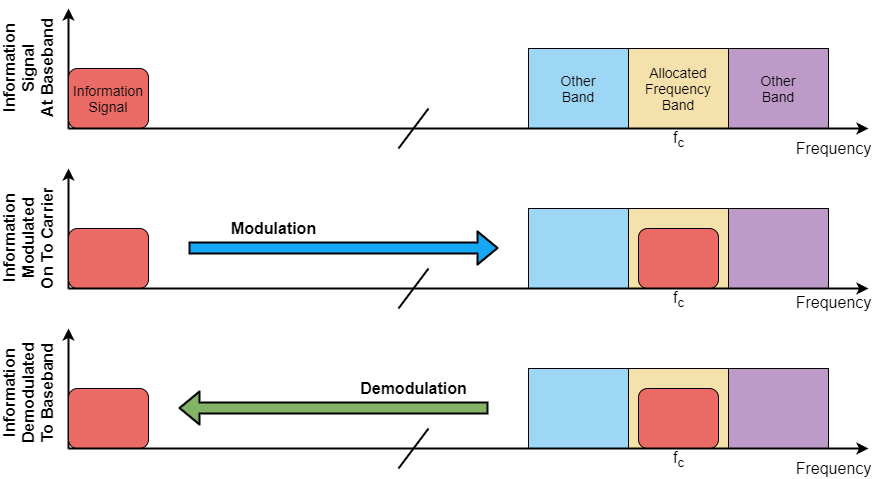
strath-sdr/dsp_notebooks keeps this draw.io diagram as notebooks/modulation_demodulation/images/Mod_demod.png. Above is the earlier version. Source tidied: cells renumbered, new cells last; positions are measured from the earlier drawing's top-left corner, leaving out a move shared by most shapes.
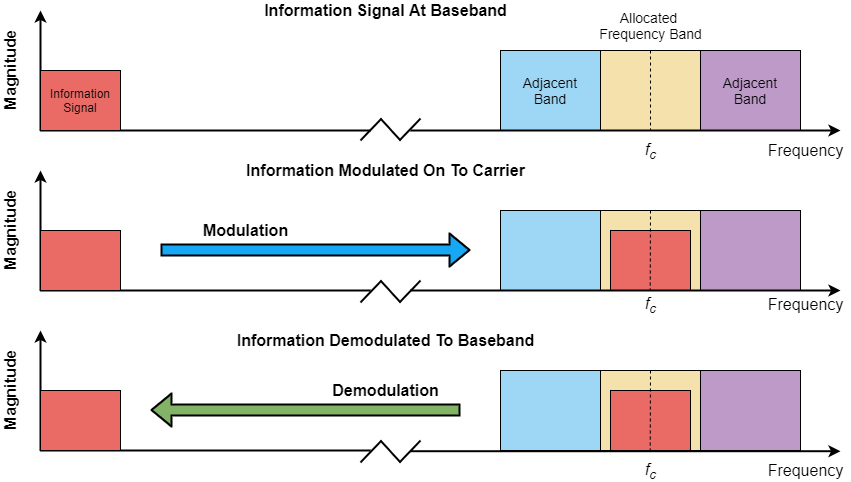
After the commit.

Change to the diagram source:
```diff
@@ -2,68 +2,56 @@
   <root>
     <mxCell id="0" />
     <mxCell id="1" parent="0" />
+    <mxCell id="23" style="rounded=0;whiteSpace=wrap;html=1;fillColor=#F5E1AB;" parent="1" vertex="1">
+      <mxGeometry x="660" y="360" width="100" height="80" as="geometry" />
+    </mxCell>
+    <mxCell id="38" style="rounded=0;whiteSpace=wrap;html=1;fillColor=#EA6B66;" parent="1" vertex="1">
+      <mxGeometry x="670" y="380" width="80" height="60" as="geometry" />
+    </mxCell>
+    <mxCell id="6" style="rounded=0;whiteSpace=wrap;html=1;fillColor=#F5E1AB;" parent="1" vertex="1">
+      <mxGeometry x="660" y="200" width="100" height="80" as="geometry" />
+    </mxCell>
+    <mxCell id="39" style="rounded=0;whiteSpace=wrap;html=1;fillColor=#EA6B66;" parent="1" vertex="1">
+      <mxGeometry x="670" y="220" width="80" height="60" as="geometry" />
+    </mxCell>
+    <mxCell id="14" style="rounded=0;whiteSpace=wrap;html=1;fillColor=#F5E1AB;" parent="1" vertex="1">
+      <mxGeometry x="660" y="40" width="100" height="80" as="geometry" />
+    </mxCell>
+    <mxCell id="40" style="endArrow=none;dashed=1;html=1;" parent="1" edge="1">
+      <mxGeometry relative="1" as="geometry">
+        <mxPoint x="710" y="40" as="sourcePoint" />
+        <mxPoint x="710" y="120" as="targetPoint" />
+      </mxGeometry>
+    </mxCell>
     <mxCell id="2" style="endArrow=classic;html=1;strokeWidth=2;" parent="1" edge="1">
       <mxGeometry relative="1" as="geometry">
         <mxPoint x="100" y="280" as="sourcePoint" />
         <mxPoint x="100" y="160" as="targetPoint" />
       </mxGeometry>
     </mxCell>
-    <mxCell id="3" style="endArrow=none;html=1;strokeWidth=2;" parent="1" edge="1">
-      <mxGeometry relative="1" as="geometry">
-        <mxPoint x="430" y="300" as="sourcePoint" />
-        <mxPoint x="460" y="260" as="targetPoint" />
-      </mxGeometry>
-    </mxCell>
-    <mxCell id="4" style="rounded=1;whiteSpace=wrap;html=1;fillColor=#EA6B66;" parent="1" vertex="1">
-      <mxGeometry x="100" y="220" width="80" height="60" as="geometry" />
-    </mxCell>
     <mxCell id="5" style="rounded=0;whiteSpace=wrap;html=1;fillColor=#9ED6F5;" parent="1" vertex="1">
       <mxGeometry x="560" y="200" width="100" height="80" as="geometry" />
     </mxCell>
-    <mxCell id="6" style="rounded=0;whiteSpace=wrap;html=1;fillColor=#F5E1AB;" parent="1" vertex="1">
-      <mxGeometry x="660" y="200" width="100" height="80" as="geometry" />
-    </mxCell>
     <mxCell id="7" style="rounded=0;whiteSpace=wrap;html=1;fillColor=#BE9AC9;" parent="1" vertex="1">
       <mxGeometry x="760" y="200" width="100" height="80" as="geometry" />
     </mxCell>
-    <mxCell id="8" value="&lt;font style=&quot;font-size: 16px&quot;&gt;f&lt;sub&gt;c&lt;/sub&gt;&lt;/font&gt;" style="text;html=1;align=center;verticalAlign=middle;" parent="1" vertex="1">
-      <mxGeometry x="695" y="280" width="30" height="20" as="geometry" />
+    <mxCell id="8" value="&lt;font style=&quot;font-size: 16px&quot;&gt;&lt;i&gt;f&lt;sub&gt;c&lt;/sub&gt;&lt;/i&gt;&lt;/font&gt;" style="text;html=1;align=center;verticalAlign=middle;" parent="1" vertex="1">
+      <mxGeometry x="695" y="450" width="30" height="20" as="geometry" />
     </mxCell>
-    <mxCell id="9" style="rounded=1;whiteSpace=wrap;html=1;fillColor=#EA6B66;" parent="1" vertex="1">
-      <mxGeometry x="670" y="220" width="80" height="60" as="geometry" />
-    </mxCell>
     <mxCell id="10" style="endArrow=classic;html=1;strokeWidth=2;" parent="1" edge="1">
       <mxGeometry relative="1" as="geometry">
         <mxPoint x="100" y="120" as="sourcePoint" />
         <mxPoint x="100" as="targetPoint" />
       </mxGeometry>
     </mxCell>
-    <mxCell id="11" style="endArrow=none;html=1;strokeWidth=2;" parent="1" edge="1">
-      <mxGeometry relative="1" as="geometry">
-        <mxPoint x="430" y="140" as="sourcePoint" />
-        <mxPoint x="460" y="100" as="targetPoint" />
-      </mxGeometry>
-    </mxCell>
-    <mxCell id="12" value="&lt;font style=&quot;font-size: 14px&quot;&gt;Information&lt;br&gt;Signal&lt;/font&gt;" style="rounded=1;whiteSpace=wrap;html=1;fillColor=#EA6B66;" parent="1" vertex="1">
-      <mxGeometry x="100" y="60" width="80" height="60" as="geometry" />
-    </mxCell>
-    <mxCell id="13" value="&lt;font style=&quot;font-size: 14px&quot;&gt;Other&lt;br&gt;Band&lt;/font&gt;" style="rounded=0;whiteSpace=wrap;html=1;fillColor=#9ED6F5;" parent="1" vertex="1">
+    <mxCell id="13" value="&lt;font style=&quot;font-size: 14px&quot;&gt;Adjacent&lt;br&gt;Band&lt;/font&gt;" style="rounded=0;whiteSpace=wrap;html=1;fillColor=#9ED6F5;" parent="1" vertex="1">
       <mxGeometry x="560" y="40" width="100" height="80" as="geometry" />
     </mxCell>
-    <mxCell id="14" value="&lt;font style=&quot;font-size: 14px&quot;&gt;Allocated&lt;br&gt;Frequency Band&lt;/font&gt;" style="rounded=0;whiteSpace=wrap;html=1;fillColor=#F5E1AB;" parent="1" vertex="1">
-      <mxGeometry x="660" y="40" width="100" height="80" as="geometry" />
-    </mxCell>
-    <mxCell id="15" value="&lt;font style=&quot;font-size: 14px&quot;&gt;Other&lt;br&gt;Band&lt;/font&gt;" style="rounded=0;whiteSpace=wrap;html=1;fillColor=#BE9AC9;" parent="1" vertex="1">
+    <mxCell id="15" value="&lt;font style=&quot;font-size: 14px&quot;&gt;Adjacent&lt;br&gt;Band&lt;/font&gt;" style="rounded=0;whiteSpace=wrap;html=1;fillColor=#BE9AC9;" parent="1" vertex="1">
       <mxGeometry x="760" y="40" width="100" height="80" as="geometry" />
     </mxCell>
-    <mxCell id="16" style="endArrow=classic;html=1;strokeWidth=2;" parent="1" edge="1">
-      <mxGeometry relative="1" as="geometry">
-        <mxPoint x="100" y="120" as="sourcePoint" />
-        <mxPoint x="900" y="120" as="targetPoint" />
-      </mxGeometry>
-    </mxCell>
-    <mxCell id="17" value="&lt;font style=&quot;font-size: 16px&quot;&gt;f&lt;sub&gt;c&lt;/sub&gt;&lt;/font&gt;" style="text;html=1;align=center;verticalAlign=middle;" parent="1" vertex="1">
-      <mxGeometry x="695" y="120" width="30" height="20" as="geometry" />
+    <mxCell id="17" value="&lt;font style=&quot;font-size: 16px&quot;&gt;&lt;i&gt;f&lt;sub&gt;c&lt;/sub&gt;&lt;/i&gt;&lt;/font&gt;" style="text;html=1;align=center;verticalAlign=middle;" parent="1" vertex="1">
+      <mxGeometry x="695" y="130" width="30" height="20" as="geometry" />
     </mxCell>
     <mxCell id="18" value="&lt;font style=&quot;font-size: 16px&quot;&gt;Frequency&lt;/font&gt;" style="text;html=1;align=center;verticalAlign=middle;" parent="1" vertex="1">
       <mxGeometry x="820" y="130" width="90" height="20" as="geometry" />
@@ -74,36 +62,15 @@
         <mxPoint x="100" y="320" as="targetPoint" />
       </mxGeometry>
     </mxCell>
-    <mxCell id="20" style="endArrow=none;html=1;strokeWidth=2;" parent="1" edge="1">
-      <mxGeometry relative="1" as="geometry">
-        <mxPoint x="430" y="460" as="sourcePoint" />
-        <mxPoint x="460" y="420" as="targetPoint" />
-      </mxGeometry>
-    </mxCell>
-    <mxCell id="21" style="rounded=1;whiteSpace=wrap;html=1;fillColor=#EA6B66;" parent="1" vertex="1">
-      <mxGeometry x="100" y="380" width="80" height="60" as="geometry" />
-    </mxCell>
     <mxCell id="22" style="rounded=0;whiteSpace=wrap;html=1;fillColor=#9ED6F5;" parent="1" vertex="1">
       <mxGeometry x="560" y="360" width="100" height="80" as="geometry" />
     </mxCell>
-    <mxCell id="23" style="rounded=0;whiteSpace=wrap;html=1;fillColor=#F5E1AB;" parent="1" vertex="1">
-      <mxGeometry x="660" y="360" width="100" height="80" as="geometry" />
-    </mxCell>
     <mxCell id="24" style="rounded=0;whiteSpace=wrap;html=1;fillColor=#BE9AC9;" parent="1" vertex="1">
       <mxGeometry x="760" y="360" width="100" height="80" as="geometry" />
     </mxCell>
-    <mxCell id="25" value="&lt;font style=&quot;font-size: 16px&quot;&gt;f&lt;sub&gt;c&lt;/sub&gt;&lt;/font&gt;" style="text;html=1;align=center;verticalAlign=middle;" parent="1" vertex="1">
-      <mxGeometry x="695" y="440" width="30" height="20" as="geometry" />
-    </mxCell>
     <mxCell id="26" value="&lt;font style=&quot;font-size: 16px&quot;&gt;Frequency&lt;/font&gt;" style="text;html=1;align=center;verticalAlign=middle;" parent="1" vertex="1">
       <mxGeometry x="820" y="450" width="90" height="20" as="geometry" />
     </mxCell>
-    <mxCell id="27" style="endArrow=classic;html=1;strokeWidth=2;" parent="1" edge="1">
-      <mxGeometry relative="1" as="geometry">
-        <mxPoint x="100" y="280" as="sourcePoint" />
-        <mxPoint x="900" y="280" as="targetPoint" />
-      </mxGeometry>
-    </mxCell>
     <mxCell id="28" style="shape=flexArrow;endArrow=classic;html=1;strokeWidth=2;fillColor=#16A7F5;" parent="1" edge="1">
       <mxGeometry relative="1" as="geometry">
         <mxPoint x="220" y="239.5" as="sourcePoint" />
@@ -116,14 +83,14 @@
         <mxPoint x="210" y="399.5" as="targetPoint" />
       </mxGeometry>
     </mxCell>
-    <mxCell id="30" value="&lt;font style=&quot;font-size: 16px&quot;&gt;&lt;b&gt;Information&lt;br&gt;Signal&lt;br&gt;At Baseband&lt;/b&gt;&lt;/font&gt;" style="text;html=1;align=center;verticalAlign=middle;rotation=-90;" parent="1" vertex="1">
-      <mxGeometry x="5" y="35" width="110" height="50" as="geometry" />
+    <mxCell id="30" value="&lt;font style=&quot;font-size: 16px&quot;&gt;&lt;b&gt;Information Signal At Baseband&lt;/b&gt;&lt;/font&gt;" style="text;html=1;align=center;verticalAlign=middle;rotation=0;" parent="1" vertex="1">
+      <mxGeometry x="315" y="-10" width="260" height="20" as="geometry" />
     </mxCell>
-    <mxCell id="31" value="&lt;span style=&quot;font-size: 16px&quot;&gt;&lt;b&gt;Information&lt;br&gt;Modulated&lt;br&gt;On To Carrier&lt;/b&gt;&lt;/span&gt;" style="text;html=1;align=center;verticalAlign=middle;rotation=-90;" parent="1" vertex="1">
-      <mxGeometry y="205" width="120" height="50" as="geometry" />
+    <mxCell id="31" value="&lt;span style=&quot;font-size: 16px&quot;&gt;&lt;b&gt;Information Modulated On To Carrier&lt;/b&gt;&lt;/span&gt;" style="text;html=1;align=center;verticalAlign=middle;rotation=0;" parent="1" vertex="1">
+      <mxGeometry x="300" y="150" width="290" height="20" as="geometry" />
     </mxCell>
-    <mxCell id="32" value="&lt;font style=&quot;font-size: 16px&quot;&gt;&lt;b&gt;Information&lt;br&gt;Demodulated&lt;br&gt;To Baseband&lt;br&gt;&lt;/b&gt;&lt;/font&gt;" style="text;html=1;align=center;verticalAlign=middle;rotation=-90;" parent="1" vertex="1">
-      <mxGeometry y="360" width="120" height="50" as="geometry" />
+    <mxCell id="32" value="&lt;font style=&quot;font-size: 16px&quot;&gt;&lt;b&gt;Information Demodulated To Baseband&lt;br&gt;&lt;/b&gt;&lt;/font&gt;" style="text;html=1;align=center;verticalAlign=middle;rotation=0;" parent="1" vertex="1">
+      <mxGeometry x="290" y="320" width="310" height="20" as="geometry" />
     </mxCell>
     <mxCell id="33" value="&lt;font style=&quot;font-size: 16px&quot;&gt;&lt;b&gt;Modulation&lt;/b&gt;&lt;/font&gt;" style="text;html=1;align=center;verticalAlign=middle;" parent="1" vertex="1">
       <mxGeometry x="255" y="210" width="100" height="20" as="geometry" />
@@ -131,17 +98,143 @@
     <mxCell id="34" value="&lt;font style=&quot;font-size: 16px&quot;&gt;&lt;b&gt;Demodulation&lt;/b&gt;&lt;/font&gt;" style="text;html=1;align=center;verticalAlign=middle;" parent="1" vertex="1">
       <mxGeometry x="385" y="370" width="120" height="20" as="geometry" />
     </mxCell>
-    <mxCell id="35" style="rounded=1;whiteSpace=wrap;html=1;fillColor=#EA6B66;" parent="1" vertex="1">
-      <mxGeometry x="670" y="380" width="80" height="60" as="geometry" />
-    </mxCell>
-    <mxCell id="36" style="endArrow=classic;html=1;strokeWidth=2;" parent="1" edge="1">
-      <mxGeometry relative="1" as="geometry">
-        <mxPoint x="100" y="440" as="sourcePoint" />
-        <mxPoint x="900" y="440" as="targetPoint" />
-      </mxGeometry>
-    </mxCell>
     <mxCell id="37" value="&lt;font style=&quot;font-size: 16px&quot;&gt;Frequency&lt;/font&gt;" style="text;html=1;align=center;verticalAlign=middle;" parent="1" vertex="1">
       <mxGeometry x="820" y="284" width="90" height="20" as="geometry" />
     </mxCell>
+    <mxCell id="41" value="&lt;font style=&quot;font-size: 16px&quot;&gt;&lt;b&gt;Magnitude&lt;/b&gt;&lt;/font&gt;" style="text;html=1;align=center;verticalAlign=middle;rotation=-90;" parent="1" vertex="1">
+      <mxGeometry x="20" y="50" width="100" height="20" as="geometry" />
+    </mxCell>
+    <mxCell id="42" value="&lt;font style=&quot;font-size: 16px&quot;&gt;&lt;b&gt;Magnitude&lt;/b&gt;&lt;/font&gt;" style="text;html=1;align=center;verticalAlign=middle;rotation=-90;" parent="1" vertex="1">
+      <mxGeometry x="20" y="210" width="100" height="20" as="geometry" />
+    </mxCell>
+    <mxCell id="43" value="&lt;font style=&quot;font-size: 16px&quot;&gt;&lt;b&gt;Magnitude&lt;/b&gt;&lt;/font&gt;" style="text;html=1;align=center;verticalAlign=middle;rotation=-90;" parent="1" vertex="1">
+      <mxGeometry x="20" y="370" width="100" height="20" as="geometry" />
+    </mxCell>
+    <mxCell id="25" value="&lt;font style=&quot;font-size: 16px&quot;&gt;&lt;i&gt;f&lt;sub&gt;c&lt;/sub&gt;&lt;/i&gt;&lt;/font&gt;" style="text;html=1;align=center;verticalAlign=middle;" parent="1" vertex="1">
+      <mxGeometry x="695" y="284" width="30" height="20" as="geometry" />
+    </mxCell>
+    <mxCell id="44" style="endArrow=none;dashed=1;html=1;" parent="1" edge="1">
+      <mxGeometry relative="1" as="geometry">
+        <mxPoint x="710" y="200" as="sourcePoint" />
+        <mxPoint x="709.7" y="280" as="targetPoint" />
+      </mxGeometry>
+    </mxCell>
+    <mxCell id="45" style="endArrow=none;dashed=1;html=1;" parent="1" edge="1">
+      <mxGeometry relative="1" as="geometry">
+        <mxPoint x="710" y="360" as="sourcePoint" />
+        <mxPoint x="709.7" y="440" as="targetPoint" />
+      </mxGeometry>
+    </mxCell>
+    <mxCell id="46" value="&lt;font style=&quot;font-size: 14px&quot;&gt;Allocated &lt;br&gt;Frequency Band&lt;/font&gt;" style="text;html=1;align=center;verticalAlign=middle;" parent="1" vertex="1">
+      <mxGeometry x="650" y="-5" width="120" height="40" as="geometry" />
+    </mxCell>
+    <mxCell id="47" style="group;" parent="1" vertex="1">
+      <mxGeometry x="420" y="108" width="60" height="22" as="geometry" />
+    </mxCell>
+    <mxCell id="48" style="endArrow=none;html=1;strokeWidth=2;" parent="47" edge="1">
+      <mxGeometry relative="1" as="geometry">
+        <mxPoint y="22" as="sourcePoint" />
+        <mxPoint x="21" as="targetPoint" />
+      </mxGeometry>
+    </mxCell>
+    <mxCell id="49" style="endArrow=none;html=1;strokeWidth=2;" parent="47" edge="1">
+      <mxGeometry relative="1" as="geometry">
+        <mxPoint x="40" y="22" as="sourcePoint" />
+        <mxPoint x="20" as="targetPoint" />
+      </mxGeometry>
+    </mxCell>
+    <mxCell id="50" style="endArrow=none;html=1;strokeWidth=2;" parent="47" edge="1">
+      <mxGeometry relative="1" as="geometry">
+        <mxPoint x="39" y="22" as="sourcePoint" />
+        <mxPoint x="60" as="targetPoint" />
+      </mxGeometry>
+    </mxCell>
+    <mxCell id="51" style="endArrow=none;html=1;strokeWidth=2;exitX=0;exitY=1;exitDx=0;exitDy=0;" parent="1" edge="1">
+      <mxGeometry relative="1" as="geometry">
+        <mxPoint x="100" y="120" as="sourcePoint" />
+        <mxPoint x="430" y="120" as="targetPoint" />
+      </mxGeometry>
+    </mxCell>
+    <mxCell id="52" style="endArrow=classic;html=1;strokeWidth=2;" parent="1" edge="1">
+      <mxGeometry relative="1" as="geometry">
+        <mxPoint x="470" y="120" as="sourcePoint" />
+        <mxPoint x="900" y="120" as="targetPoint" />
+      </mxGeometry>
+    </mxCell>
+    <mxCell id="53" style="endArrow=none;html=1;strokeWidth=2;exitX=0;exitY=1;exitDx=0;exitDy=0;" parent="1" edge="1">
+      <mxGeometry relative="1" as="geometry">
+        <mxPoint x="100" y="280" as="sourcePoint" />
+        <mxPoint x="430" y="280" as="targetPoint" />
+      </mxGeometry>
+    </mxCell>
+    <mxCell id="12" value="Information&lt;br&gt;Signal" style="rounded=0;whiteSpace=wrap;html=1;fillColor=#EA6B66;" parent="1" vertex="1">
+      <mxGeometry x="100" y="60" width="80" height="60" as="geometry" />
+    </mxCell>
+    <mxCell id="54" style="group;" parent="1" vertex="1">
+      <mxGeometry x="420" y="270" width="60" height="22" as="geometry" />
+    </mxCell>
+    <mxCell id="55" style="endArrow=none;html=1;strokeWidth=2;" parent="54" edge="1">
+      <mxGeometry relative="1" as="geometry">
+        <mxPoint y="22" as="sourcePoint" />
+        <mxPoint x="21" as="targetPoint" />
+      </mxGeometry>
+    </mxCell>
+    <mxCell id="56" style="endArrow=none;html=1;strokeWidth=2;" parent="54" edge="1">
+      <mxGeometry relative="1" as="geometry">
+        <mxPoint x="40" y="22" as="sourcePoint" />
+        <mxPoint x="20" as="targetPoint" />
+      </mxGeometry>
+    </mxCell>
+    <mxCell id="57" style="endArrow=none;html=1;strokeWidth=2;" parent="54" edge="1">
+      <mxGeometry relative="1" as="geometry">
+        <mxPoint x="39" y="22" as="sourcePoint" />
+        <mxPoint x="60" as="targetPoint" />
+      </mxGeometry>
+    </mxCell>
+    <mxCell id="58" style="endArrow=classic;html=1;strokeWidth=2;" parent="1" edge="1">
+      <mxGeometry relative="1" as="geometry">
+        <mxPoint x="470" y="280" as="sourcePoint" />
+        <mxPoint x="900" y="280" as="targetPoint" />
+      </mxGeometry>
+    </mxCell>
+    <mxCell id="59" style="endArrow=none;html=1;strokeWidth=2;" parent="1" edge="1">
+      <mxGeometry relative="1" as="geometry">
+        <mxPoint x="100" y="440" as="sourcePoint" />
+        <mxPoint x="430" y="440" as="targetPoint" />
+      </mxGeometry>
+    </mxCell>
+    <mxCell id="60" style="group;" parent="1" vertex="1">
+      <mxGeometry x="420" y="430" width="60" height="22" as="geometry" />
+    </mxCell>
+    <mxCell id="61" style="endArrow=none;html=1;strokeWidth=2;" parent="60" edge="1">
+      <mxGeometry relative="1" as="geometry">
+        <mxPoint y="22" as="sourcePoint" />
+        <mxPoint x="21" as="targetPoint" />
+      </mxGeometry>
+    </mxCell>
+    <mxCell id="62" style="endArrow=none;html=1;strokeWidth=2;" parent="60" edge="1">
+      <mxGeometry relative="1" as="geometry">
+        <mxPoint x="40" y="22" as="sourcePoint" />
+        <mxPoint x="20" as="targetPoint" />
+      </mxGeometry>
+    </mxCell>
+    <mxCell id="63" style="endArrow=none;html=1;strokeWidth=2;" parent="60" edge="1">
+      <mxGeometry relative="1" as="geometry">
+        <mxPoint x="39" y="22" as="sourcePoint" />
+        <mxPoint x="60" as="targetPoint" />
+      </mxGeometry>
+    </mxCell>
+    <mxCell id="64" style="endArrow=classic;html=1;strokeWidth=2;" parent="1" edge="1">
+      <mxGeometry relative="1" as="geometry">
+        <mxPoint x="470" y="440.7" as="sourcePoint" />
+        <mxPoint x="900" y="440.7" as="targetPoint" />
+      </mxGeometry>
+    </mxCell>
+    <mxCell id="65" style="rounded=0;whiteSpace=wrap;html=1;fillColor=#EA6B66;" parent="1" vertex="1">
+      <mxGeometry x="100" y="380" width="80" height="60" as="geometry" />
+    </mxCell>
+    <mxCell id="66" style="rounded=0;whiteSpace=wrap;html=1;fillColor=#EA6B66;" parent="1" vertex="1">
+      <mxGeometry x="100" y="220" width="80" height="60" as="geometry" />
+    </mxCell>
   </root>
 </mxGraphModel>
```
